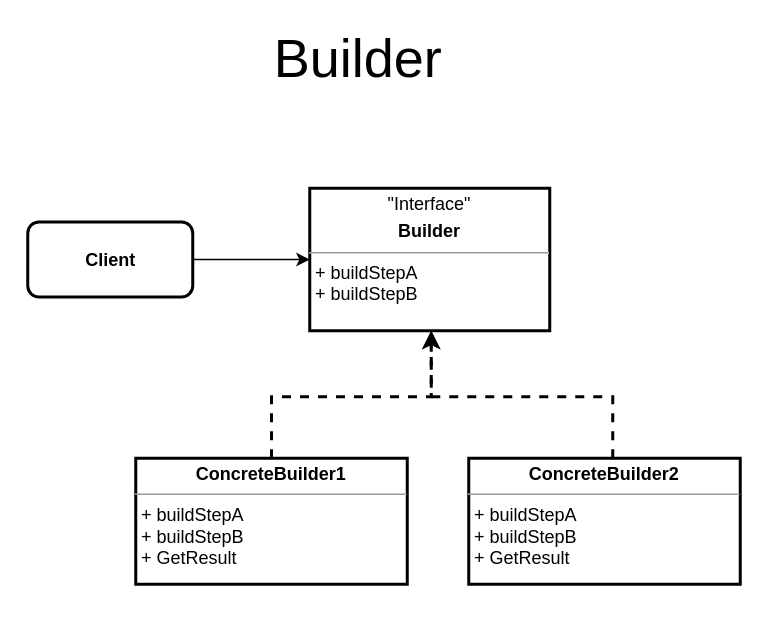
Earlier version of the draw.io diagram Builder/Builder.drawio (bogdanlotuk/patterns). Source tidied: cells renumbered, new cells numbered last; positions are measured from the earlier drawing's top-left corner, leaving out a move shared by most shapes. Both pictures are drawn from the tidied source at 150%, with x=0, y=0 at pixel (27, 27).
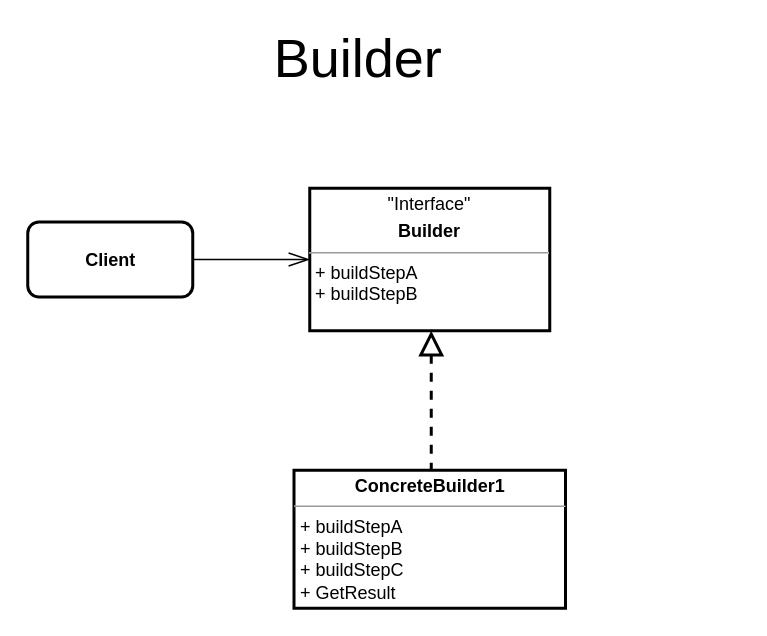
The same diagram, later.

The edit, as a diff of the source:
```diff
@@
 <mxGraphModel>
   <root>
     <mxCell id="0" />
     <mxCell id="1" parent="0" />
     <mxCell id="2" value="&lt;p style=&quot;margin: 0px ; margin-top: 4px ; text-align: center&quot;&gt;&quot;Interface&quot;&lt;/p&gt;&lt;p style=&quot;margin: 0px ; margin-top: 4px ; text-align: center&quot;&gt;&lt;b&gt;Builder&lt;/b&gt;&lt;/p&gt;&lt;hr size=&quot;1&quot;&gt;&lt;p style=&quot;margin: 0px ; margin-left: 4px&quot;&gt;+ buildStepA&lt;/p&gt;&lt;p style=&quot;margin: 0px ; margin-left: 4px&quot;&gt;+ buildStepB&lt;/p&gt;" style="verticalAlign=top;align=left;overflow=fill;fontSize=12;fontFamily=Helvetica;html=1;strokeWidth=2;" parent="1" vertex="1">
       <mxGeometry x="188" y="107" width="160" height="95" as="geometry" />
     </mxCell>
-    <mxCell id="3" style="edgeStyle=orthogonalEdgeStyle;rounded=0;jettySize=auto;html=1;entryX=0;entryY=0.5;entryDx=0;entryDy=0;" parent="1" edge="1" source="4" target="2">
+    <mxCell id="3" style="edgeStyle=orthogonalEdgeStyle;rounded=0;jettySize=auto;html=1;entryX=0;entryY=0.5;entryDx=0;entryDy=0;endArrow=openThin;endFill=0;endSize=12;" parent="1" edge="1" source="4" target="2">
       <mxGeometry relative="1" as="geometry" />
     </mxCell>
     <mxCell id="4" value="&lt;b&gt;Client&lt;/b&gt;" style="html=1;rounded=1;strokeWidth=2;" parent="1" vertex="1">
       <mxGeometry y="129.5" width="110" height="50" as="geometry" />
     </mxCell>
     <mxCell id="5" value="Builder" style="text;html=1;strokeColor=none;fillColor=none;align=center;verticalAlign=middle;whiteSpace=wrap;rounded=0;fontSize=36;fontStyle=0;spacingTop=0;spacingLeft=0;" parent="1" vertex="1">
       <mxGeometry x="113" width="215" height="40" as="geometry" />
     </mxCell>
-    <mxCell id="6" style="edgeStyle=orthogonalEdgeStyle;rounded=0;orthogonalLoop=1;jettySize=auto;html=1;entryX=0.5;entryY=1;entryDx=0;entryDy=0;dashed=1;strokeWidth=2;" parent="1" edge="1">
-      <mxGeometry relative="1" as="geometry">
-        <mxPoint x="390" y="287" as="sourcePoint" />
-        <mxPoint x="269" y="202" as="targetPoint" />
-        <Array as="points">
-          <mxPoint x="390" y="246" />
-          <mxPoint x="269" y="246" />
-        </Array>
-      </mxGeometry>
-    </mxCell>
-    <mxCell id="7" style="edgeStyle=orthogonalEdgeStyle;rounded=0;orthogonalLoop=1;jettySize=auto;html=1;entryX=0.5;entryY=1;entryDx=0;entryDy=0;dashed=1;strokeWidth=2;" parent="1" edge="1">
+    <mxCell id="7" style="edgeStyle=orthogonalEdgeStyle;rounded=0;jettySize=auto;html=1;entryX=0.5;entryY=1;entryDx=0;entryDy=0;dashed=1;strokeWidth=2;endArrow=block;endFill=0;endSize=12;exitX=0.5;exitY=0;exitDx=0;exitDy=0;" parent="1" edge="1" source="8">
       <mxGeometry relative="1" as="geometry">
-        <mxPoint x="162.5" y="287" as="sourcePoint" />
         <mxPoint x="269" y="202" as="targetPoint" />
         <Array as="points">
-          <mxPoint x="163" y="246" />
-          <mxPoint x="269" y="246" />
+          <mxPoint x="269" y="295" />
         </Array>
       </mxGeometry>
     </mxCell>
-    <mxCell id="8" value="&lt;p style=&quot;margin: 0px ; margin-top: 4px ; text-align: center&quot;&gt;&lt;span style=&quot;font-weight: 700&quot;&gt;ConcreteBuilder1&lt;/span&gt;&lt;br&gt;&lt;/p&gt;&lt;hr size=&quot;1&quot;&gt;&lt;p style=&quot;margin: 0px ; margin-left: 4px&quot;&gt;+ buildStepA&lt;br&gt;&lt;/p&gt;&lt;p style=&quot;margin: 0px ; margin-left: 4px&quot;&gt;+ buildStepB&lt;/p&gt;&lt;p style=&quot;margin: 0px ; margin-left: 4px&quot;&gt;+ GetResult&lt;/p&gt;" style="verticalAlign=top;align=left;overflow=fill;fontSize=12;fontFamily=Helvetica;html=1;strokeWidth=2;" parent="1" vertex="1">
-      <mxGeometry x="72" y="287" width="181" height="84" as="geometry" />
+    <mxCell id="8" value="&lt;p style=&quot;margin: 0px ; margin-top: 4px ; text-align: center&quot;&gt;&lt;span style=&quot;font-weight: 700&quot;&gt;ConcreteBuilder1&lt;/span&gt;&lt;br&gt;&lt;/p&gt;&lt;hr size=&quot;1&quot;&gt;&lt;p style=&quot;margin: 0px ; margin-left: 4px&quot;&gt;+ buildStepA&lt;br&gt;&lt;/p&gt;&lt;p style=&quot;margin: 0px ; margin-left: 4px&quot;&gt;+ buildStepB&lt;/p&gt;&lt;p style=&quot;margin: 0px ; margin-left: 4px&quot;&gt;+ buildStepC&lt;br&gt;&lt;/p&gt;&lt;p style=&quot;margin: 0px ; margin-left: 4px&quot;&gt;+ GetResult&lt;/p&gt;" style="verticalAlign=top;align=left;overflow=fill;fontSize=12;fontFamily=Helvetica;html=1;strokeWidth=2;" parent="1" vertex="1">
+      <mxGeometry x="177.5" y="295" width="181" height="92" as="geometry" />
     </mxCell>
-    <mxCell id="9" value="&lt;p style=&quot;margin: 0px ; margin-top: 4px ; text-align: center&quot;&gt;&lt;span style=&quot;font-weight: 700&quot;&gt;ConcreteBuilder2&lt;/span&gt;&lt;br&gt;&lt;/p&gt;&lt;hr size=&quot;1&quot;&gt;&lt;p style=&quot;margin: 0px 0px 0px 4px&quot;&gt;+ buildStepA&lt;br&gt;&lt;/p&gt;&lt;p style=&quot;margin: 0px 0px 0px 4px&quot;&gt;+ buildStepB&lt;/p&gt;&lt;p style=&quot;margin: 0px 0px 0px 4px&quot;&gt;+ GetResult&lt;/p&gt;" style="verticalAlign=top;align=left;overflow=fill;fontSize=12;fontFamily=Helvetica;html=1;strokeWidth=2;" parent="1" vertex="1">
-      <mxGeometry x="294" y="287" width="181" height="84" as="geometry" />
-    </mxCell>
   </root>
 </mxGraphModel>
```
